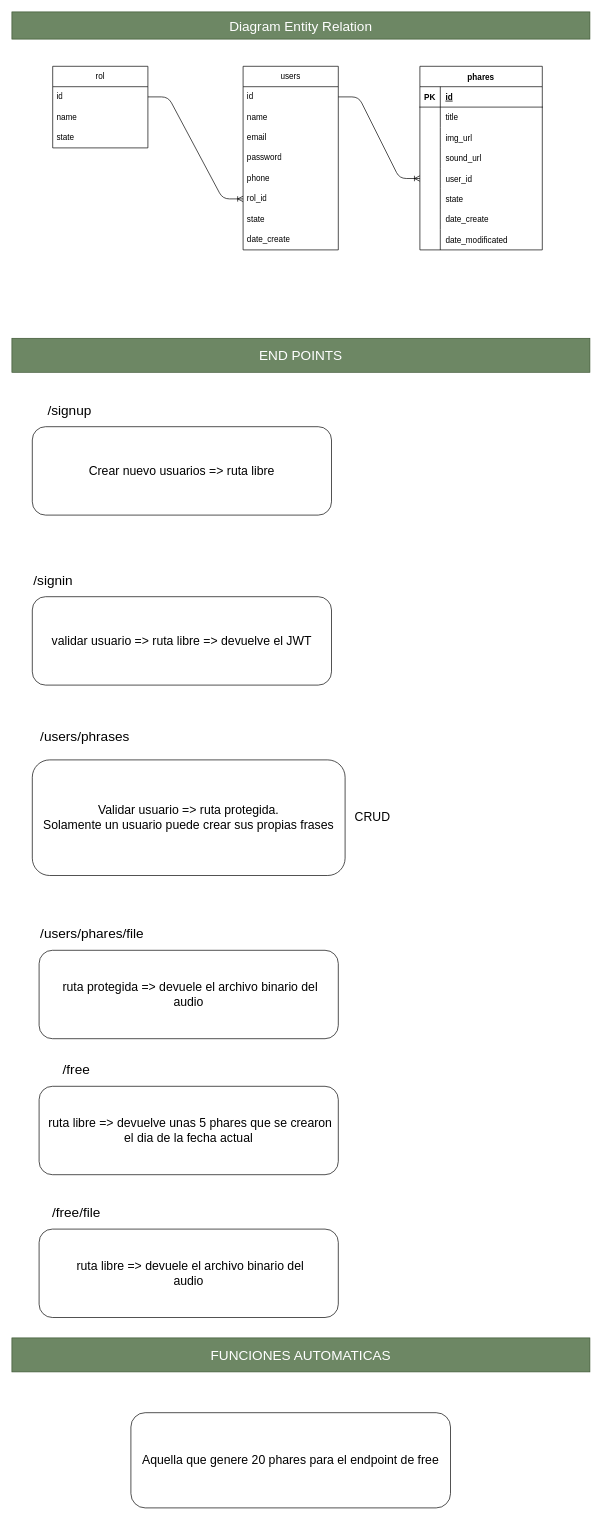
Before: backend.drawio in JeanEspinoza10/backendAppLearning, a draw.io diagram. Source tidied: cells renumbered, new cells numbered last; positions are measured from the earlier drawing's top-left corner, leaving out a move shared by most shapes. Both pictures are drawn from the tidied source at 68%, with x=0, y=0 at pixel (12, 12).
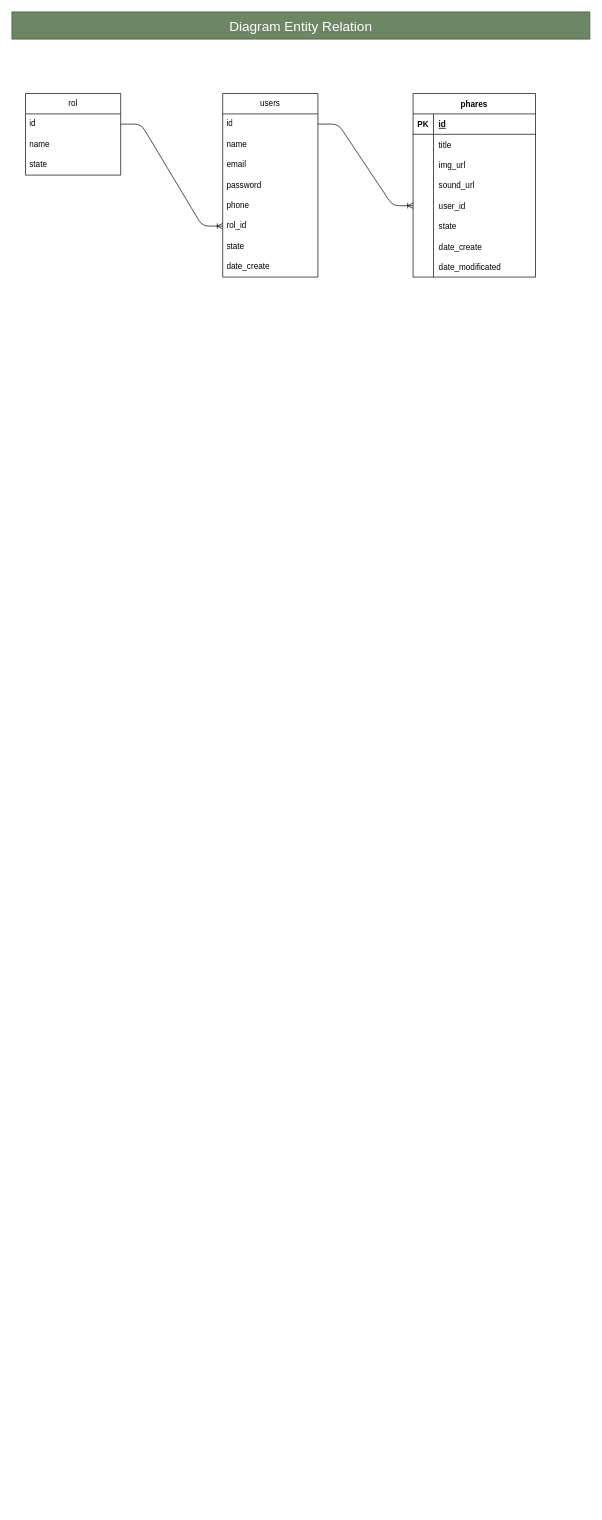
The same diagram, later.

Diff of the diagram source:
```diff
@@
     <mxCell id="2" value="users" style="swimlane;fontStyle=0;horizontal=1;startSize=30;whiteSpace=wrap;html=1;" parent="1" vertex="1">
-      <mxGeometry x="340" y="80" width="140" height="270" as="geometry" />
+      <mxGeometry x="310" y="120" width="140" height="270" as="geometry" />
     </mxCell>
@@
     <mxCell id="11" value="rol" style="swimlane;fontStyle=0;horizontal=1;startSize=30;whiteSpace=wrap;html=1;" parent="1" vertex="1">
-      <mxGeometry x="60" y="80" width="140" height="120" as="geometry" />
+      <mxGeometry x="20" y="120" width="140" height="120" as="geometry" />
     </mxCell>
@@
     <mxCell id="16" value="phares" style="shape=table;startSize=30;childLayout=tableLayout;rowLines=0;fontStyle=1;align=center;" parent="1" vertex="1">
-      <mxGeometry x="600" y="80" width="180" height="270" as="geometry" />
+      <mxGeometry x="590" y="120" width="180" height="270" as="geometry" />
     </mxCell>
@@
-    <mxCell id="43" value="END POINTS" style="text;html=1;strokeColor=#3A5431;fillColor=#6d8764;align=center;verticalAlign=middle;whiteSpace=wrap;rounded=0;fontColor=#ffffff;fontSize=20;" parent="1" vertex="1">
-      <mxGeometry y="480" width="850" height="50" as="geometry" />
-    </mxCell>
-    <mxCell id="44" value="/signup" style="text;html=1;strokeColor=none;fillColor=none;align=center;verticalAlign=middle;whiteSpace=wrap;rounded=0;fontSize=20;" parent="1" vertex="1">
-      <mxGeometry x="30" y="560" width="110" height="50" as="geometry" />
-    </mxCell>
-    <mxCell id="45" value="/signin" style="text;html=1;strokeColor=none;fillColor=none;align=left;verticalAlign=middle;whiteSpace=wrap;rounded=0;fontSize=20;" parent="1" vertex="1">
-      <mxGeometry x="30" y="810" width="110" height="50" as="geometry" />
-    </mxCell>
-    <mxCell id="46" value="Crear nuevo usuarios =&amp;gt; ruta libre" style="rounded=1;whiteSpace=wrap;html=1;fontSize=18;" parent="1" vertex="1">
-      <mxGeometry x="30" y="610" width="440" height="130" as="geometry" />
-    </mxCell>
-    <mxCell id="47" value="validar usuario =&amp;gt; ruta libre =&amp;gt; devuelve el JWT" style="rounded=1;whiteSpace=wrap;html=1;fontSize=18;" parent="1" vertex="1">
-      <mxGeometry x="30" y="860" width="440" height="130" as="geometry" />
-    </mxCell>
-    <mxCell id="48" value="/users/phrases" style="text;html=1;strokeColor=none;fillColor=none;align=left;verticalAlign=middle;whiteSpace=wrap;rounded=0;fontSize=20;" parent="1" vertex="1">
-      <mxGeometry x="40" y="1040" width="160" height="50" as="geometry" />
-    </mxCell>
-    <mxCell id="49" value="Validar usuario =&amp;gt; ruta protegida.&lt;br&gt;Solamente un usuario puede crear sus propias frases" style="rounded=1;whiteSpace=wrap;html=1;fontSize=18;" parent="1" vertex="1">
-      <mxGeometry x="30" y="1100" width="460" height="170" as="geometry" />
-    </mxCell>
-    <mxCell id="50" value="&amp;nbsp;ruta protegida =&amp;gt; devuele el archivo binario del &lt;br&gt;audio" style="rounded=1;whiteSpace=wrap;html=1;fontSize=18;" parent="1" vertex="1">
-      <mxGeometry x="40" y="1380" width="440" height="130" as="geometry" />
-    </mxCell>
-    <mxCell id="51" value="/users/phares/file" style="text;html=1;strokeColor=none;fillColor=none;align=left;verticalAlign=middle;whiteSpace=wrap;rounded=0;fontSize=20;" parent="1" vertex="1">
-      <mxGeometry x="40" y="1330" width="200" height="50" as="geometry" />
-    </mxCell>
-    <mxCell id="52" value="CRUD" style="text;html=1;align=center;verticalAlign=middle;strokeColor=none;fillColor=none;fontSize=18;" parent="1" vertex="1">
-      <mxGeometry x="490" y="1165" width="80" height="40" as="geometry" />
-    </mxCell>
-    <mxCell id="53" value="FUNCIONES AUTOMATICAS" style="text;html=1;strokeColor=#3A5431;fillColor=#6d8764;align=center;verticalAlign=middle;whiteSpace=wrap;rounded=0;fontColor=#ffffff;fontSize=20;" parent="1" vertex="1">
-      <mxGeometry y="1950" width="850" height="50" as="geometry" />
-    </mxCell>
-    <mxCell id="54" value="Aquella que genere 20 phares para el endpoint de free" style="rounded=1;whiteSpace=wrap;html=1;fontSize=18;" parent="1" vertex="1">
-      <mxGeometry x="175" y="2060" width="470" height="140" as="geometry" />
-    </mxCell>
-    <mxCell id="55" value="&amp;nbsp;ruta libre =&amp;gt; devuelve unas 5 phares que se crearon el dia de la fecha actual" style="rounded=1;whiteSpace=wrap;html=1;fontSize=18;" parent="1" vertex="1">
-      <mxGeometry x="40" y="1580" width="440" height="130" as="geometry" />
-    </mxCell>
-    <mxCell id="56" value="/free" style="text;html=1;strokeColor=none;fillColor=none;align=center;verticalAlign=middle;whiteSpace=wrap;rounded=0;fontSize=20;" parent="1" vertex="1">
-      <mxGeometry x="40" y="1530" width="110" height="50" as="geometry" />
-    </mxCell>
-    <mxCell id="57" value="&amp;nbsp;ruta libre =&amp;gt; devuele el archivo binario del&lt;br&gt;audio" style="rounded=1;whiteSpace=wrap;html=1;fontSize=18;" parent="1" vertex="1">
-      <mxGeometry x="40" y="1790" width="440" height="130" as="geometry" />
-    </mxCell>
-    <mxCell id="58" value="/free/file" style="text;html=1;strokeColor=none;fillColor=none;align=center;verticalAlign=middle;whiteSpace=wrap;rounded=0;fontSize=20;" parent="1" vertex="1">
-      <mxGeometry x="40" y="1740" width="110" height="50" as="geometry" />
-    </mxCell>
```
